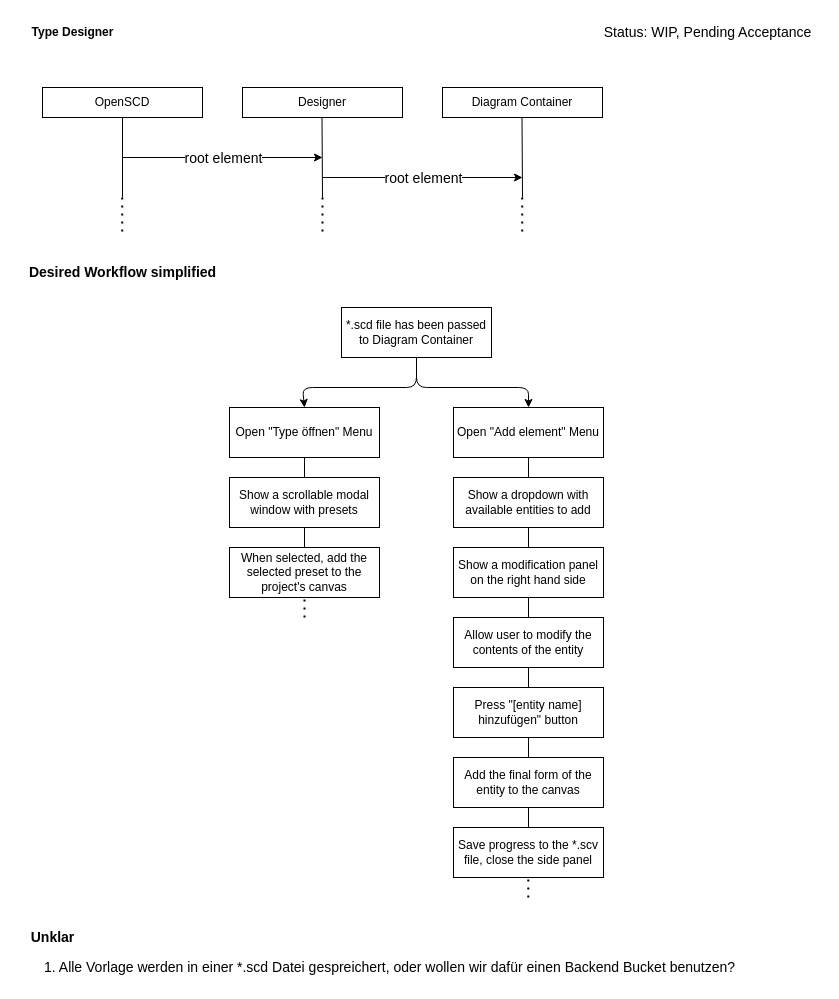
Earlier version of the draw.io diagram packages/uilib/src/lib/plugins/type-designer/type-designer-flow.drawio (sprinteins/oscd-plugins). Source tidied: cells renumbered, new cells numbered last; positions are measured from the earlier drawing's top-left corner, leaving out a move shared by most shapes. Both pictures are drawn from the tidied source at 100%, with x=0, y=0 at pixel (17, 17).
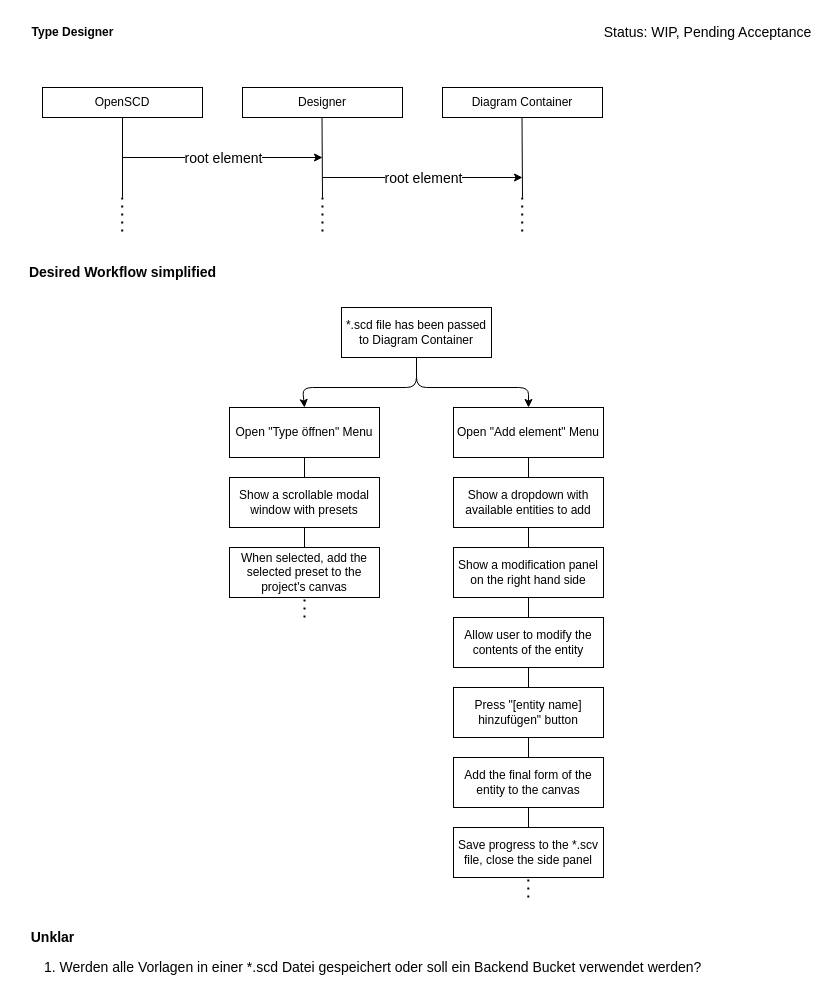
After the change.

Change to the diagram source:
```diff
@@
-    <mxCell id="13" value="1. Alle Vorlage werden in einer *.scd Datei gespreichert, oder wollen wir dafür einen Backend Bucket benutzen?" style="text;html=1;align=left;verticalAlign=middle;strokeColor=none;fillColor=none;fontSize=14;" parent="1" vertex="1">
-      <mxGeometry x="25" y="935" width="710" height="30" as="geometry" />
+    <mxCell id="13" value="1. Werden alle Vorlagen in einer *.scd Datei gespeichert oder soll ein Backend Bucket verwendet werden?" style="text;html=1;align=left;verticalAlign=middle;strokeColor=none;fillColor=none;fontSize=14;" parent="1" vertex="1">
+      <mxGeometry x="25" y="935" width="680" height="30" as="geometry" />
     </mxCell>
```
